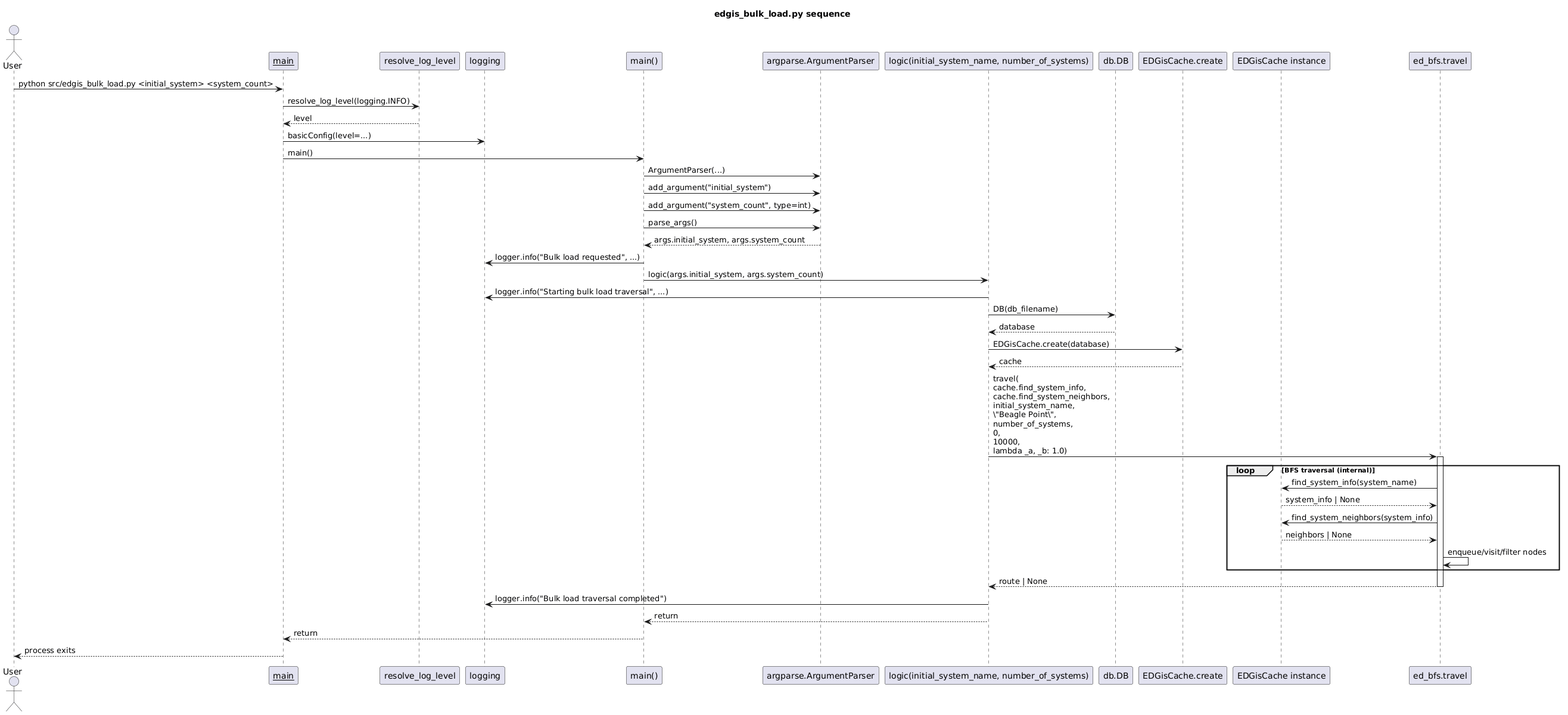
Above: docs/edgis_bulk_load_sequence/edgis_bulk_load_sequence.png in fazleskhan/elite_dangerous_discord_tools (PlantUML), before the change.
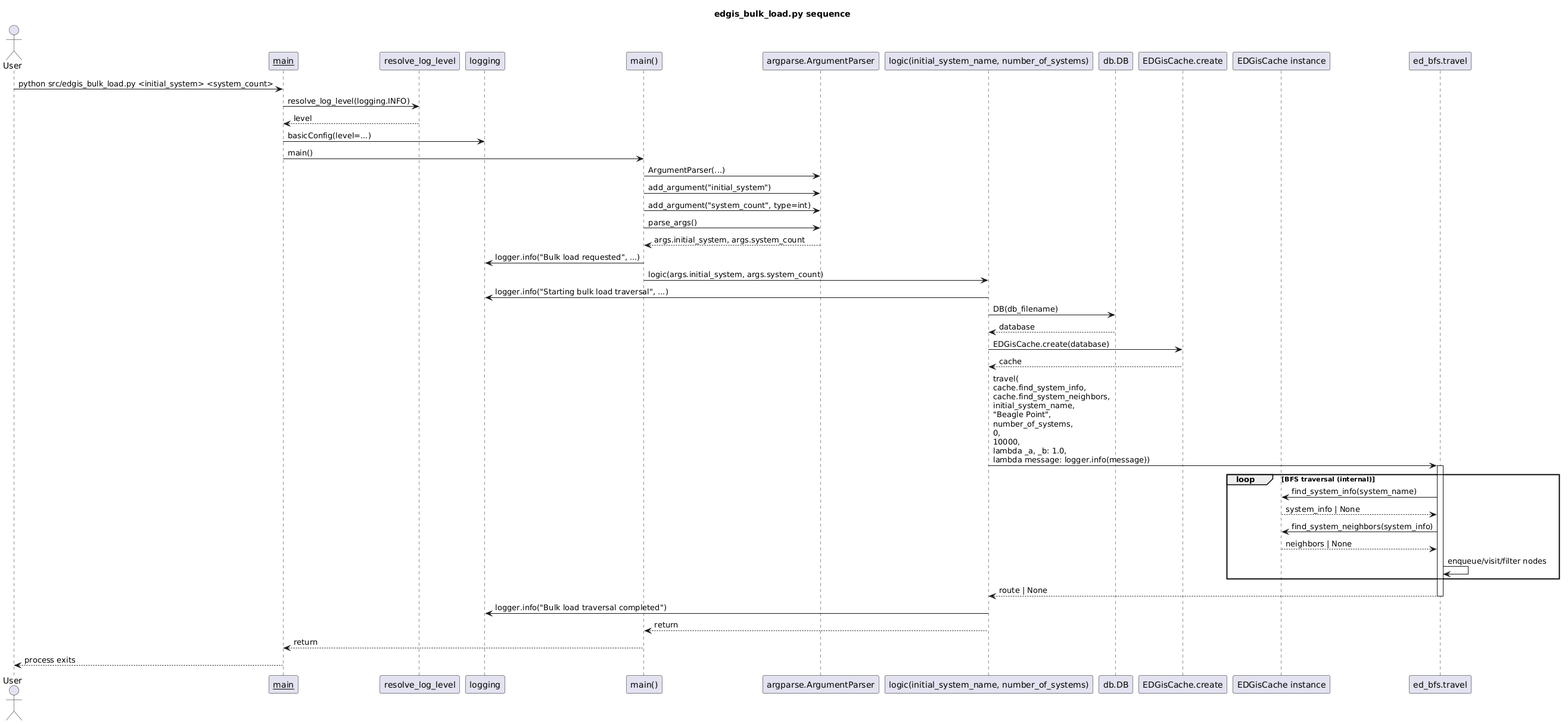
The same file after the commit.

Change to the diagram source:
```diff
@@ -33,7 +33,7 @@
 Logic -> CacheCreate: EDGisCache.create(database)
 CacheCreate --> Logic: cache
 
-Logic -> Travel: travel(\ncache.find_system_info,\ncache.find_system_neighbors,\ninitial_system_name,\n\"Beagle Point\",\nnumber_of_systems,\n0,\n10000,\nlambda _a, _b: 1.0)
+Logic -> Travel: travel(\ncache.find_system_info,\ncache.find_system_neighbors,\ninitial_system_name,\n"Beagle Point",\nnumber_of_systems,\n0,\n10000,\nlambda _a, _b: 1.0,\nlambda message: logger.info(message))
 
 activate Travel
 loop BFS traversal (internal)
```
